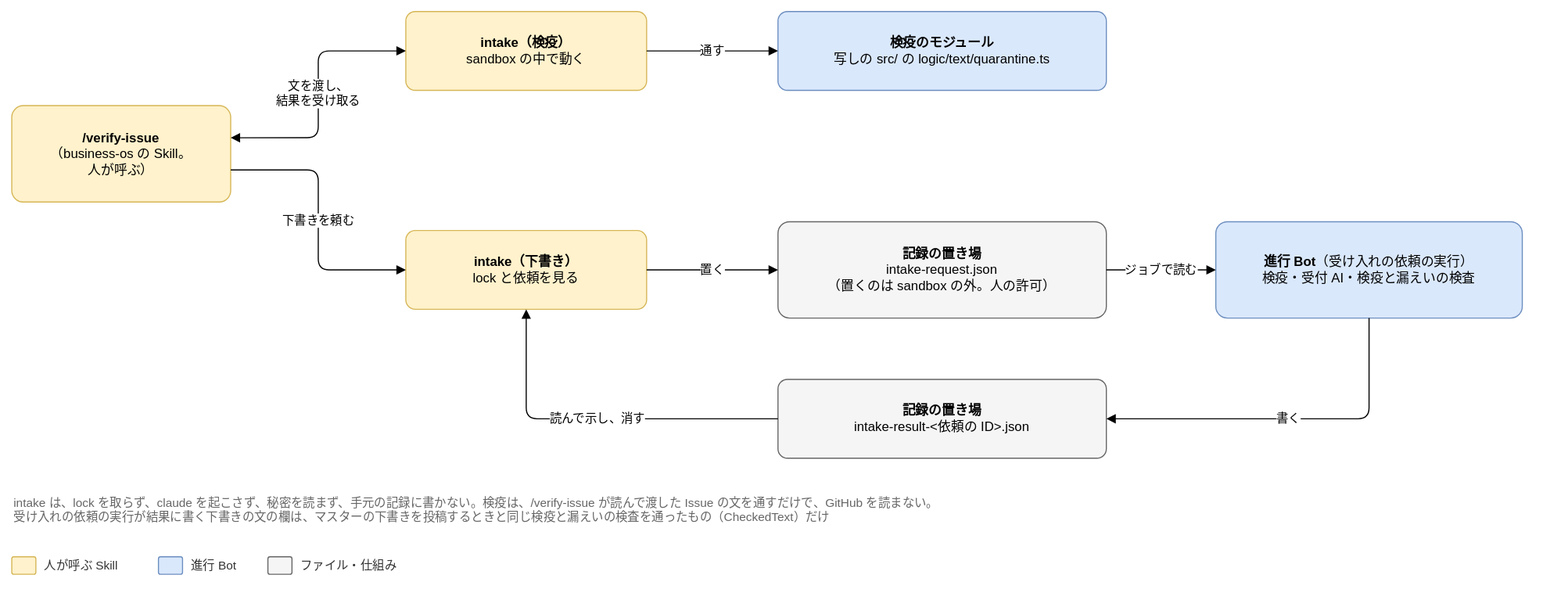
Before: docs/design/detailed/diagrams/06-intake.drawio.svg, a diagram exported from draw.io (Joymerrevent/dev-autopilot). Source tidied: cells renumbered, new cells last; positions are measured from the earlier drawing's top-left corner, leaving out a move shared by most shapes.
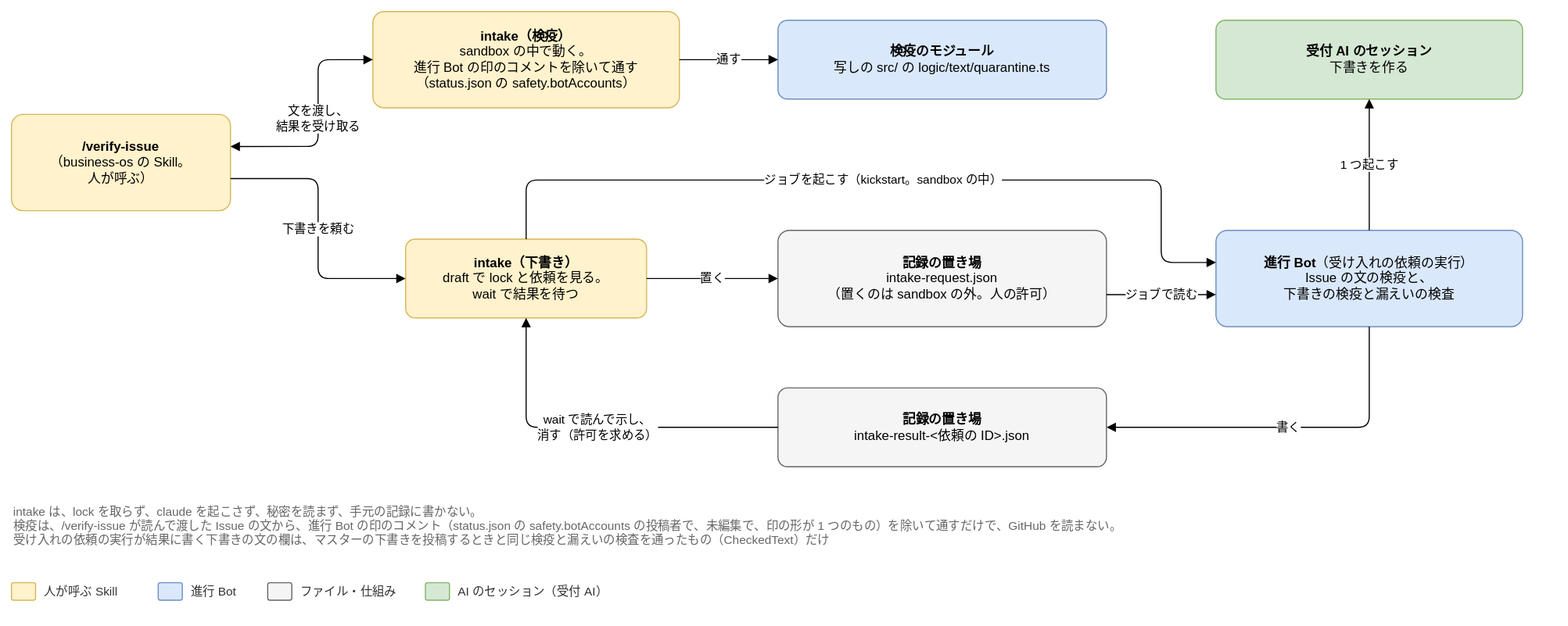
After the change.

Commit message:
docs(design): 詳細設計のレビューの指摘を、文の検査（06）と AI のセッション（07）で直す (#223)

Diff of the diagram source:
```diff
@@ -5,19 +5,19 @@
     <mxCell id="2" value="&lt;b&gt;/verify-issue&lt;/b&gt;&lt;br&gt;（business-os の Skill。&lt;br&gt;人が呼ぶ）" style="rounded=1;whiteSpace=wrap;html=1;fontSize=12;arcSize=12;spacing=12;fillColor=#fff2cc;strokeColor=#d6b656;" parent="1" vertex="1">
       <mxGeometry y="86" width="200" height="88" as="geometry" />
     </mxCell>
-    <mxCell id="3" value="&lt;b&gt;intake（検疫）&lt;/b&gt;&lt;br&gt;sandbox の中で動く" style="rounded=1;whiteSpace=wrap;html=1;fontSize=12;arcSize=12;spacing=12;fillColor=#fff2cc;strokeColor=#d6b656;" parent="1" vertex="1">
-      <mxGeometry x="360" width="220" height="72" as="geometry" />
+    <mxCell id="3" value="&lt;b&gt;intake（検疫）&lt;/b&gt;&lt;br&gt;sandbox の中で動く。&lt;br&gt;進行 Bot の印のコメントを除いて通す&lt;br&gt;（status.json の safety.botAccounts）" style="rounded=1;whiteSpace=wrap;html=1;fontSize=12;arcSize=12;spacing=12;fillColor=#fff2cc;strokeColor=#d6b656;" parent="1" vertex="1">
+      <mxGeometry x="330" y="-8" width="280" height="88" as="geometry" />
     </mxCell>
     <mxCell id="4" value="&lt;b&gt;検疫のモジュール&lt;/b&gt;&lt;br&gt;写しの src/ の logic/text/quarantine.ts" style="rounded=1;whiteSpace=wrap;html=1;fontSize=12;arcSize=12;spacing=12;fillColor=#dae8fc;strokeColor=#6c8ebf;" parent="1" vertex="1">
       <mxGeometry x="700" width="300" height="72" as="geometry" />
     </mxCell>
-    <mxCell id="5" value="&lt;b&gt;intake（下書き）&lt;/b&gt;&lt;br&gt;lock と依頼を見る" style="rounded=1;whiteSpace=wrap;html=1;fontSize=12;arcSize=12;spacing=12;fillColor=#fff2cc;strokeColor=#d6b656;" parent="1" vertex="1">
+    <mxCell id="5" value="&lt;b&gt;intake（下書き）&lt;/b&gt;&lt;br&gt;draft で lock と依頼を見る。&lt;br&gt;wait で結果を待つ" style="rounded=1;whiteSpace=wrap;html=1;fontSize=12;arcSize=12;spacing=12;fillColor=#fff2cc;strokeColor=#d6b656;" parent="1" vertex="1">
       <mxGeometry x="360" y="200" width="220" height="72" as="geometry" />
     </mxCell>
     <mxCell id="6" value="&lt;b&gt;記録の置き場&lt;/b&gt;&lt;br&gt;intake-request.json&lt;br&gt;（置くのは sandbox の外。人の許可）" style="rounded=1;whiteSpace=wrap;html=1;fontSize=12;arcSize=12;spacing=12;fillColor=#f5f5f5;strokeColor=#666666;" parent="1" vertex="1">
       <mxGeometry x="700" y="192" width="300" height="88" as="geometry" />
     </mxCell>
-    <mxCell id="7" value="&lt;b&gt;進行 Bot&lt;/b&gt;（受け入れの依頼の実行）&lt;br&gt;検疫・受付 AI・検疫と漏えいの検査" style="rounded=1;whiteSpace=wrap;html=1;fontSize=12;arcSize=12;spacing=12;fillColor=#dae8fc;strokeColor=#6c8ebf;" parent="1" vertex="1">
+    <mxCell id="7" value="&lt;b&gt;進行 Bot&lt;/b&gt;（受け入れの依頼の実行）&lt;br&gt;Issue の文の検疫と、&lt;br&gt;下書きの検疫と漏えいの検査" style="rounded=1;whiteSpace=wrap;html=1;fontSize=12;arcSize=12;spacing=12;fillColor=#dae8fc;strokeColor=#6c8ebf;" parent="1" vertex="1">
       <mxGeometry x="1100" y="192" width="280" height="88" as="geometry" />
     </mxCell>
     <mxCell id="8" value="&lt;b&gt;記録の置き場&lt;/b&gt;&lt;br&gt;intake-result-&amp;lt;依頼の ID&amp;gt;.json" style="rounded=1;whiteSpace=wrap;html=1;fontSize=12;arcSize=12;spacing=12;fillColor=#f5f5f5;strokeColor=#666666;" parent="1" vertex="1">
@@ -45,7 +45,7 @@
     <mxCell id="12" value="置く" style="edgeStyle=orthogonalEdgeStyle;rounded=1;html=1;endArrow=block;endFill=1;fontSize=11;labelBackgroundColor=#ffffff;exitX=1;exitY=0.5;exitDx=0;exitDy=0;entryX=0;entryY=0.5;entryDx=0;entryDy=0;" parent="1" edge="1" source="5" target="6">
       <mxGeometry relative="1" as="geometry" />
     </mxCell>
-    <mxCell id="13" value="ジョブで読む" style="edgeStyle=orthogonalEdgeStyle;rounded=1;html=1;endArrow=block;endFill=1;fontSize=11;labelBackgroundColor=#ffffff;exitX=1;exitY=0.5;exitDx=0;exitDy=0;entryX=0;entryY=0.5;entryDx=0;entryDy=0;" parent="1" edge="1" source="6" target="7">
+    <mxCell id="13" value="ジョブで読む" style="edgeStyle=orthogonalEdgeStyle;rounded=1;html=1;endArrow=block;endFill=1;fontSize=11;labelBackgroundColor=#ffffff;exitX=1;exitY=0.6666666666666666;exitDx=0;exitDy=0;entryX=0;entryY=0.6666666666666666;entryDx=0;entryDy=0;" parent="1" edge="1" source="6" target="7">
       <mxGeometry relative="1" as="geometry" />
     </mxCell>
     <mxCell id="14" value="書く" style="edgeStyle=orthogonalEdgeStyle;rounded=1;html=1;endArrow=block;endFill=1;fontSize=11;labelBackgroundColor=#ffffff;exitX=0.5;exitY=1;exitDx=0;exitDy=0;entryX=1;entryY=0.5;entryDx=0;entryDy=0;" parent="1" edge="1" source="7" target="8">
@@ -55,33 +55,54 @@
         </Array>
       </mxGeometry>
     </mxCell>
-    <mxCell id="15" value="読んで示し、消す" style="edgeStyle=orthogonalEdgeStyle;rounded=1;html=1;endArrow=block;endFill=1;fontSize=11;labelBackgroundColor=#ffffff;exitX=0;exitY=0.5;exitDx=0;exitDy=0;entryX=0.5;entryY=1;entryDx=0;entryDy=0;" parent="1" edge="1" source="8" target="5">
+    <mxCell id="15" value="wait で読んで示し、&lt;br&gt;消す（許可を求める）" style="edgeStyle=orthogonalEdgeStyle;rounded=1;html=1;endArrow=block;endFill=1;fontSize=11;labelBackgroundColor=#ffffff;exitX=0;exitY=0.5;exitDx=0;exitDy=0;entryX=0.5;entryY=1;entryDx=0;entryDy=0;" parent="1" edge="1" source="8" target="5">
       <mxGeometry relative="1" as="geometry">
         <Array as="points">
           <mxPoint x="470" y="372" />
         </Array>
       </mxGeometry>
     </mxCell>
-    <mxCell id="16" value="intake は、lock を取らず、claude を起こさず、秘密を読まず、手元の記録に書かない。検疫は、/verify-issue が読んで渡した Issue の文を通すだけで、GitHub を読まない。&lt;br&gt;受け入れの依頼の実行が結果に書く下書きの文の欄は、マスターの下書きを投稿するときと同じ検疫と漏えいの検査を通ったもの（CheckedText）だけ" style="text;html=1;whiteSpace=wrap;align=left;verticalAlign=top;fontSize=11;fontColor=#666666;" parent="1" vertex="1">
-      <mxGeometry y="436" width="1400" height="40" as="geometry" />
+    <mxCell id="16" value="intake は、lock を取らず、claude を起こさず、秘密を読まず、手元の記録に書かない。&lt;br&gt;検疫は、/verify-issue が読んで渡した Issue の文から、進行 Bot の印のコメント（status.json の safety.botAccounts の投稿者で、未編集で、印の形が 1 つのもの）を除いて通すだけで、GitHub を読まない。&lt;br&gt;受け入れの依頼の実行が結果に書く下書きの文の欄は、マスターの下書きを投稿するときと同じ検疫と漏えいの検査を通ったもの（CheckedText）だけ" style="text;html=1;whiteSpace=wrap;align=left;verticalAlign=top;fontSize=11;fontColor=#666666;" parent="1" vertex="1">
+      <mxGeometry y="436" width="1400" height="56" as="geometry" />
     </mxCell>
     <mxCell id="17" style="rounded=1;whiteSpace=wrap;html=1;fontSize=12;arcSize=12;spacing=12;fillColor=#fff2cc;strokeColor=#d6b656;" parent="1" vertex="1">
-      <mxGeometry y="498" width="22" height="16" as="geometry" />
+      <mxGeometry y="514" width="22" height="16" as="geometry" />
     </mxCell>
     <mxCell id="18" value="人が呼ぶ Skill" style="text;html=1;align=left;verticalAlign=middle;fontSize=11;fontColor=#333333;" parent="1" vertex="1">
-      <mxGeometry x="28" y="496" width="90" height="20" as="geometry" />
+      <mxGeometry x="28" y="512" width="90" height="20" as="geometry" />
     </mxCell>
     <mxCell id="19" style="rounded=1;whiteSpace=wrap;html=1;fontSize=12;arcSize=12;spacing=12;fillColor=#dae8fc;strokeColor=#6c8ebf;" parent="1" vertex="1">
-      <mxGeometry x="134" y="498" width="22" height="16" as="geometry" />
+      <mxGeometry x="134" y="514" width="22" height="16" as="geometry" />
     </mxCell>
     <mxCell id="20" value="進行 Bot" style="text;html=1;align=left;verticalAlign=middle;fontSize=11;fontColor=#333333;" parent="1" vertex="1">
-      <mxGeometry x="162" y="496" width="56" height="20" as="geometry" />
+      <mxGeometry x="162" y="512" width="56" height="20" as="geometry" />
     </mxCell>
     <mxCell id="21" style="rounded=1;whiteSpace=wrap;html=1;fontSize=12;arcSize=12;spacing=12;fillColor=#f5f5f5;strokeColor=#666666;" parent="1" vertex="1">
-      <mxGeometry x="234" y="498" width="22" height="16" as="geometry" />
+      <mxGeometry x="234" y="514" width="22" height="16" as="geometry" />
     </mxCell>
     <mxCell id="22" value="ファイル・仕組み" style="text;html=1;align=left;verticalAlign=middle;fontSize=11;fontColor=#333333;" parent="1" vertex="1">
-      <mxGeometry x="262" y="496" width="100" height="20" as="geometry" />
+      <mxGeometry x="262" y="512" width="100" height="20" as="geometry" />
     </mxCell>
+    <mxCell id="23" value="&lt;b&gt;受付 AI のセッション&lt;/b&gt;&lt;br&gt;下書きを作る" style="rounded=1;whiteSpace=wrap;html=1;fontSize=12;arcSize=12;spacing=12;fillColor=#d5e8d4;strokeColor=#82b366;" parent="1" vertex="1">
+      <mxGeometry x="1100" width="280" height="72" as="geometry" />
+    </mxCell>
+    <mxCell id="24" value="1 つ起こす" style="edgeStyle=orthogonalEdgeStyle;rounded=1;html=1;endArrow=block;endFill=1;fontSize=11;labelBackgroundColor=#ffffff;exitX=0.5;exitY=0;exitDx=0;exitDy=0;entryX=0.5;entryY=1;entryDx=0;entryDy=0;" parent="1" edge="1" source="7" target="23">
+      <mxGeometry relative="1" as="geometry" />
+    </mxCell>
+    <mxCell id="25" value="ジョブを起こす（kickstart。sandbox の中）" style="edgeStyle=orthogonalEdgeStyle;rounded=1;html=1;endArrow=block;endFill=1;fontSize=11;labelBackgroundColor=#ffffff;exitX=0.5;exitY=0;exitDx=0;exitDy=0;entryX=0;entryY=0.3333333333333333;entryDx=0;entryDy=0;" parent="1" edge="1" source="5" target="7">
+      <mxGeometry relative="1" as="geometry">
+        <Array as="points">
+          <mxPoint x="470" y="146" />
+          <mxPoint x="1050" y="146" />
+          <mxPoint x="1050" y="221.3" />
+        </Array>
+      </mxGeometry>
+    </mxCell>
+    <mxCell id="26" style="rounded=1;whiteSpace=wrap;html=1;fontSize=12;arcSize=12;spacing=12;fillColor=#d5e8d4;strokeColor=#82b366;" parent="1" vertex="1">
+      <mxGeometry x="378" y="514" width="22" height="16" as="geometry" />
+    </mxCell>
+    <mxCell id="27" value="AI のセッション（受付 AI）" style="text;html=1;align=left;verticalAlign=middle;fontSize=11;fontColor=#333333;" parent="1" vertex="1">
+      <mxGeometry x="406" y="512" width="150" height="20" as="geometry" />
+    </mxCell>
   </root>
 </mxGraphModel>
```
